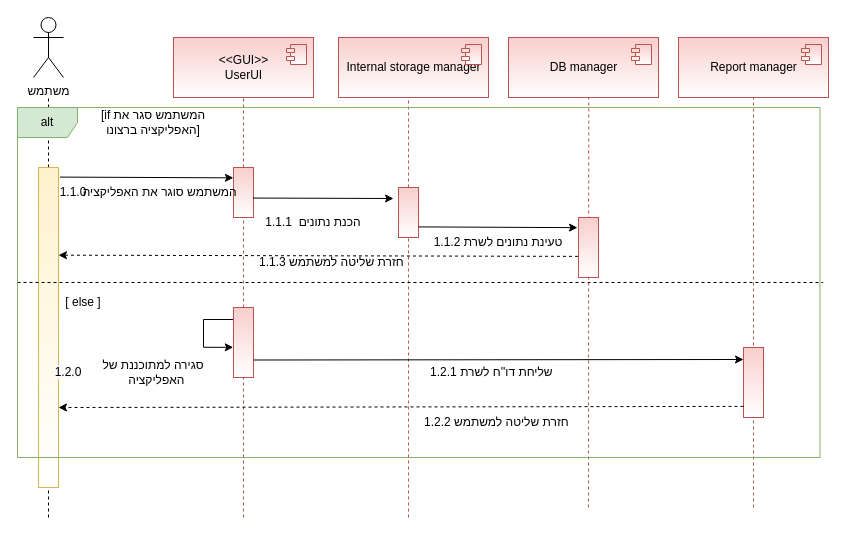
The draw.io diagram SAD/Diagrams/Sequence diagrams/Seq_UC_11.drawio in devmf027/CyberWall, before the edit. Source tidied: cells renumbered, new cells numbered last; positions are measured from the earlier drawing's top-left corner, leaving out a move shared by most shapes. Both pictures are drawn from the tidied source at 100%, with x=0, y=0 at pixel (17, 17).
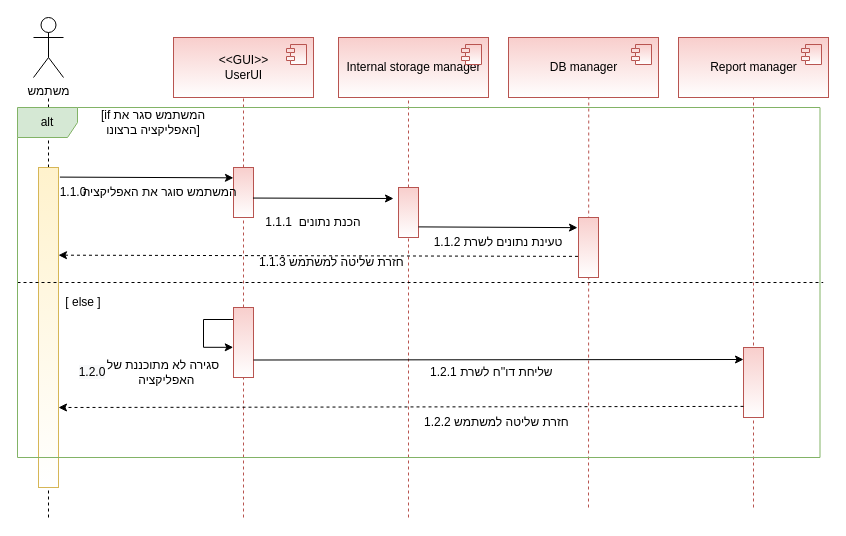
After the change.

Diff of the diagram source:
```diff
@@
-    <mxCell id="41" value="סגירה למתוכננת של האפליקציה&amp;nbsp;&amp;nbsp;" style="text;html=1;strokeColor=none;fillColor=none;align=center;verticalAlign=middle;whiteSpace=wrap;rounded=0;textDirection=rtl;" parent="1" vertex="1">
-      <mxGeometry x="56" y="340" width="160" height="30" as="geometry" />
+    <mxCell id="41" value="סגירה לא מתוכננת של האפליקציה&amp;nbsp;&amp;nbsp;" style="text;html=1;strokeColor=none;fillColor=none;align=center;verticalAlign=middle;whiteSpace=wrap;rounded=0;textDirection=rtl;" parent="1" vertex="1">
+      <mxGeometry x="66" y="340" width="160" height="30" as="geometry" />
     </mxCell>
     <mxCell id="42" value="&#10;&#10;&lt;span style=&quot;color: rgb(0, 0, 0); font-family: helvetica; font-size: 12px; font-style: normal; font-weight: 400; letter-spacing: normal; text-align: center; text-indent: 0px; text-transform: none; word-spacing: 0px; background-color: rgb(248, 249, 250); display: inline; float: none;&quot;&gt;1.2.0&lt;/span&gt;&#10;&#10;" style="text;html=1;strokeColor=none;fillColor=none;align=center;verticalAlign=middle;whiteSpace=wrap;rounded=0;" parent="1" vertex="1">
-      <mxGeometry x="36" y="340" width="30" height="30" as="geometry" />
+      <mxGeometry x="60" y="340" width="30" height="30" as="geometry" />
     </mxCell>
```
